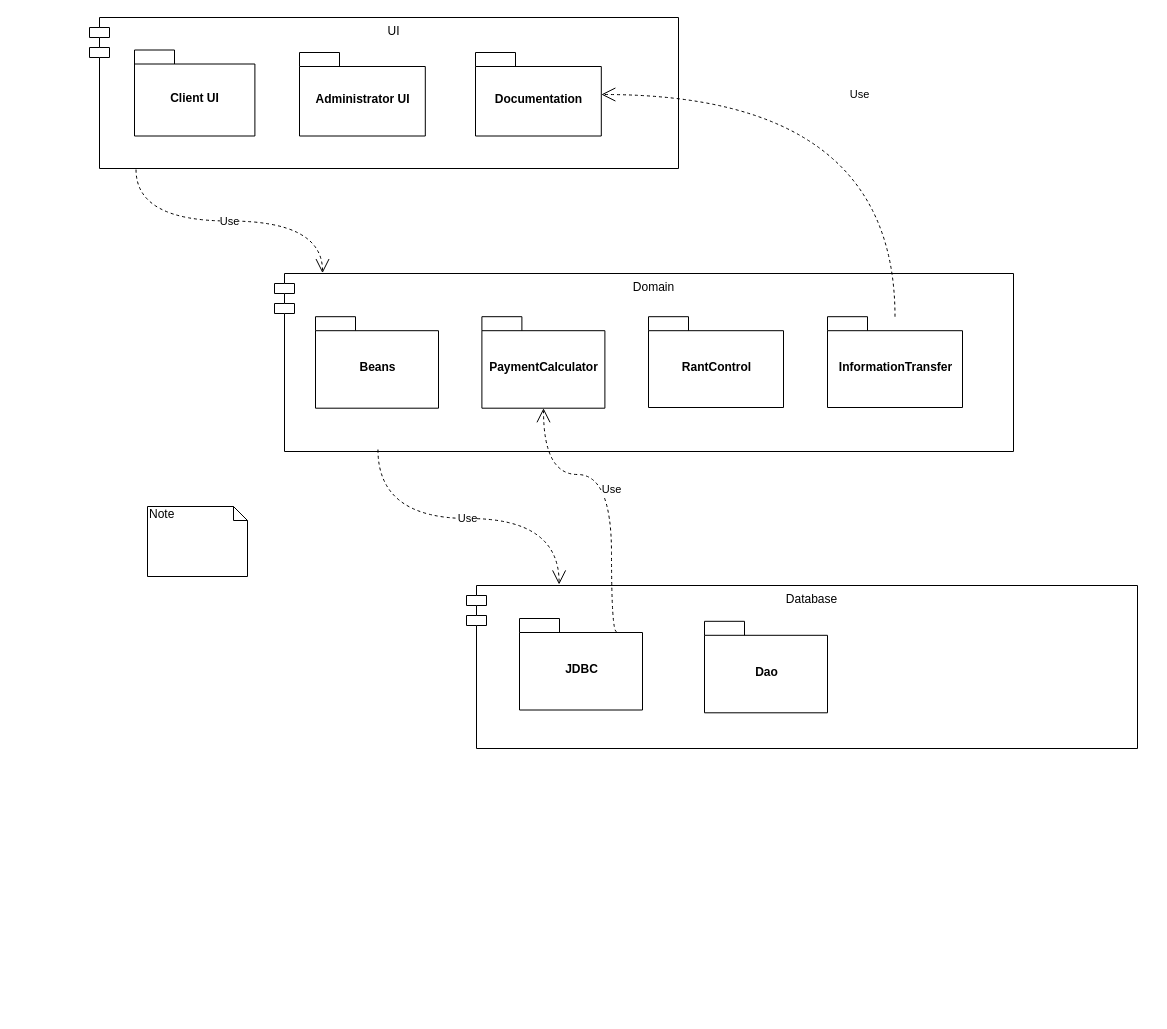
The draw.io diagram page "Architecture" (2 of 2) of Document/DomainModel.drawio in Fei-D20/The_Autocamper_rental_business, before the edit. Source tidied: cells renumbered, new cells numbered last; positions are measured from the earlier drawing's top-left corner, leaving out a move shared by most shapes. Both pictures are drawn from the tidied source at 100%, with x=0, y=0 at pixel (89, 17).
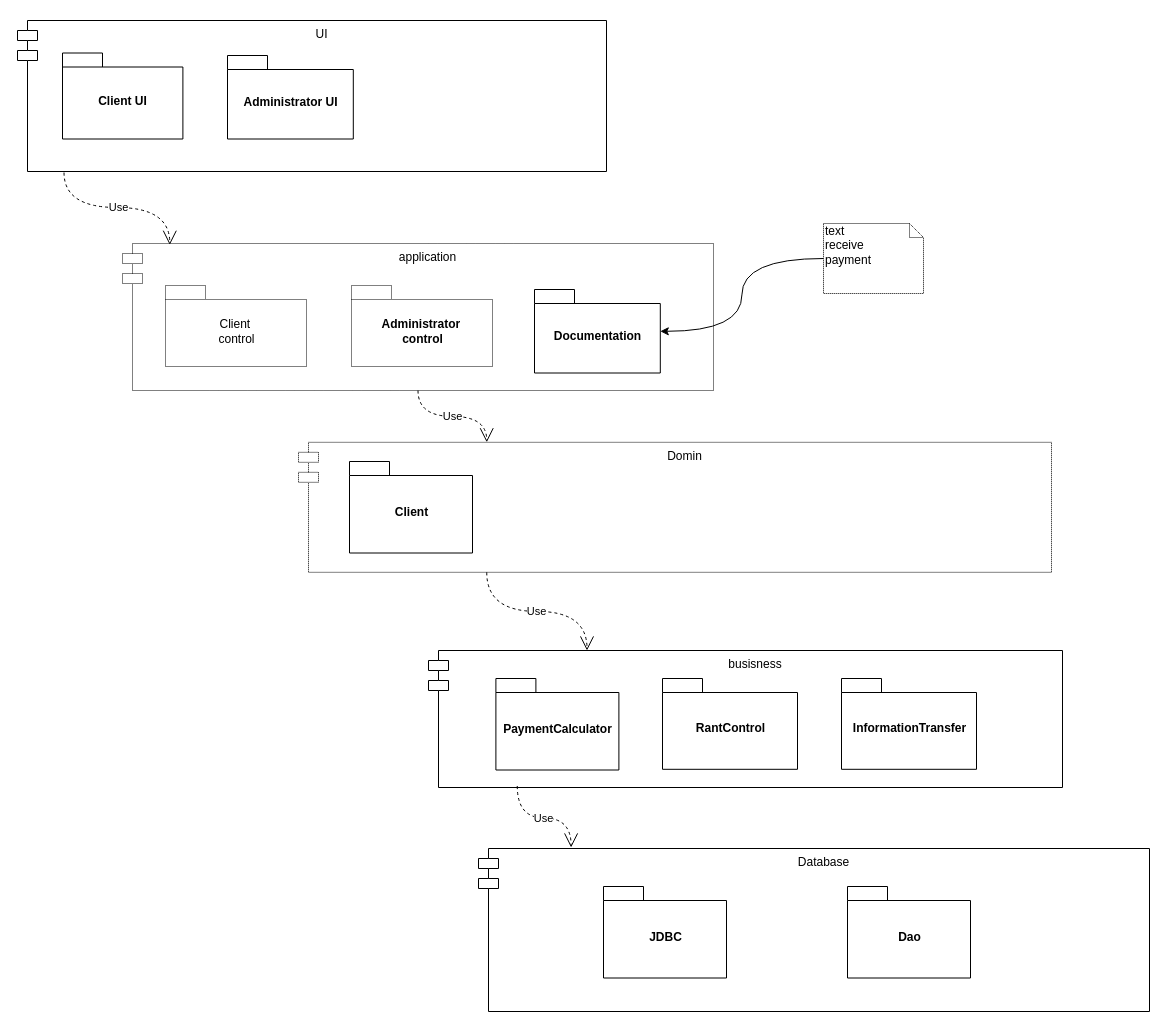
Above is the later version.

Commit message (it also covers changes not shown here):
2nd version Architecture Diagram

Diff of the diagram source:
```diff
@@
+    <mxCell id="19" value="application" style="shape=module;align=left;spacingLeft=20;align=center;verticalAlign=top;dashed=1;dashPattern=1 1;" parent="1" vertex="1">
+      <mxGeometry x="33" y="226" width="591" height="147" as="geometry" />
+    </mxCell>
+    <mxCell id="20" value="Domin" style="shape=module;align=left;spacingLeft=20;align=center;verticalAlign=top;dashed=1;dashPattern=1 1;" parent="1" vertex="1">
+      <mxGeometry x="209" y="424.8" width="753" height="130" as="geometry" />
+    </mxCell>
     <mxCell id="2" value="UI" style="shape=module;align=left;spacingLeft=20;align=center;verticalAlign=top;" parent="1" vertex="1">
-      <mxGeometry width="589" height="151" as="geometry" />
+      <mxGeometry x="-72" y="3" width="589" height="151" as="geometry" />
     </mxCell>
-    <mxCell id="3" value="Domain" style="shape=module;align=left;spacingLeft=20;align=center;verticalAlign=top;" parent="1" vertex="1">
-      <mxGeometry x="185" y="256" width="739" height="178" as="geometry" />
+    <mxCell id="3" value="busisness" style="shape=module;align=left;spacingLeft=20;align=center;verticalAlign=top;" parent="1" vertex="1">
+      <mxGeometry x="339" y="633" width="634" height="137" as="geometry" />
     </mxCell>
     <mxCell id="4" value="Database" style="shape=module;align=left;spacingLeft=20;align=center;verticalAlign=top;" parent="1" vertex="1">
-      <mxGeometry x="377" y="568" width="671" height="163" as="geometry" />
+      <mxGeometry x="389" y="831" width="671" height="163" as="geometry" />
     </mxCell>
     <mxCell id="5" value="Client UI" style="shape=folder;fontStyle=1;spacingTop=10;tabWidth=40;tabHeight=14;tabPosition=left;html=1;" parent="1" vertex="1">
-      <mxGeometry x="45" y="32.5" width="120.4" height="86" as="geometry" />
+      <mxGeometry x="-27" y="35.5" width="120.4" height="86" as="geometry" />
     </mxCell>
     <mxCell id="6" value="Administrator UI" style="shape=folder;fontStyle=1;spacingTop=10;tabWidth=40;tabHeight=14;tabPosition=left;html=1;" parent="1" vertex="1">
-      <mxGeometry x="210" y="35" width="125.8" height="83.5" as="geometry" />
+      <mxGeometry x="138" y="38" width="125.8" height="83.5" as="geometry" />
     </mxCell>
-    <mxCell id="7" value="Beans" style="shape=folder;fontStyle=1;spacingTop=10;tabWidth=40;tabHeight=14;tabPosition=left;html=1;" parent="1" vertex="1">
-      <mxGeometry x="226" y="299.2" width="123" height="91.5" as="geometry" />
+    <mxCell id="7" value="Client" style="shape=folder;fontStyle=1;spacingTop=10;tabWidth=40;tabHeight=14;tabPosition=left;html=1;" parent="1" vertex="1">
+      <mxGeometry x="260" y="444" width="123" height="91.5" as="geometry" />
     </mxCell>
     <mxCell id="8" value="PaymentCalculator" style="shape=folder;fontStyle=1;spacingTop=10;tabWidth=40;tabHeight=14;tabPosition=left;html=1;" parent="1" vertex="1">
-      <mxGeometry x="392.4" y="299.2" width="123" height="91.5" as="geometry" />
+      <mxGeometry x="406.4" y="661" width="123" height="91.5" as="geometry" />
     </mxCell>
     <mxCell id="9" value="RantControl" style="shape=folder;fontStyle=1;spacingTop=10;tabWidth=40;tabHeight=14;tabPosition=left;html=1;" parent="1" vertex="1">
-      <mxGeometry x="559" y="299.2" width="135" height="90.8" as="geometry" />
+      <mxGeometry x="573" y="661" width="135" height="90.8" as="geometry" />
     </mxCell>
     <mxCell id="10" value="InformationTransfer" style="shape=folder;fontStyle=1;spacingTop=10;tabWidth=40;tabHeight=14;tabPosition=left;html=1;" parent="1" vertex="1">
-      <mxGeometry x="738" y="299.2" width="135" height="90.8" as="geometry" />
+      <mxGeometry x="752" y="661" width="135" height="90.8" as="geometry" />
     </mxCell>
-    <mxCell id="11" value="Use" style="endArrow=open;endSize=12;dashed=1;html=1;exitX=0.079;exitY=1.007;exitDx=0;exitDy=0;exitPerimeter=0;entryX=0.065;entryY=-0.002;entryDx=0;entryDy=0;entryPerimeter=0;edgeStyle=orthogonalEdgeStyle;curved=1;" parent="1" edge="1" source="2" target="3">
+    <mxCell id="11" value="Use" style="endArrow=open;endSize=12;dashed=1;html=1;exitX=0.079;exitY=1.007;exitDx=0;exitDy=0;exitPerimeter=0;entryX=0.08;entryY=0.009;entryDx=0;entryDy=0;entryPerimeter=0;edgeStyle=orthogonalEdgeStyle;curved=1;" parent="1" edge="1" source="2" target="19">
       <mxGeometry relative="1" as="geometry" />
     </mxCell>
@@
+    <mxCell id="21" style="edgeStyle=orthogonalEdgeStyle;rounded=0;jettySize=auto;html=1;curved=1;" parent="1" edge="1" source="13" target="16">
+      <mxGeometry relative="1" as="geometry" />
+    </mxCell>
-    <mxCell id="13" value="Note" style="shape=note;whiteSpace=wrap;html=1;size=14;verticalAlign=top;align=left;spacingTop=-6;" parent="1" vertex="1">
-      <mxGeometry x="58" y="489" width="100" height="70" as="geometry" />
+    <mxCell id="13" value="text&amp;nbsp;&lt;br&gt;receive&lt;br&gt;payment&lt;br&gt;" style="shape=note;whiteSpace=wrap;html=1;size=14;verticalAlign=top;align=left;spacingTop=-6;dashed=1;dashPattern=1 1;" parent="1" vertex="1">
+      <mxGeometry x="734" y="206" width="100" height="70" as="geometry" />
     </mxCell>
     <mxCell id="14" value="JDBC" style="shape=folder;fontStyle=1;spacingTop=10;tabWidth=40;tabHeight=14;tabPosition=left;html=1;" parent="1" vertex="1">
-      <mxGeometry x="430" y="601" width="123" height="91.5" as="geometry" />
+      <mxGeometry x="514" y="869" width="123" height="91.5" as="geometry" />
     </mxCell>
     <mxCell id="15" value="Dao" style="shape=folder;fontStyle=1;spacingTop=10;tabWidth=40;tabHeight=14;tabPosition=left;html=1;" parent="1" vertex="1">
-      <mxGeometry x="615" y="603.8" width="123" height="91.5" as="geometry" />
+      <mxGeometry x="758" y="869" width="123" height="91.5" as="geometry" />
     </mxCell>
     <mxCell id="16" value="Documentation" style="shape=folder;fontStyle=1;spacingTop=10;tabWidth=40;tabHeight=14;tabPosition=left;html=1;" parent="1" vertex="1">
-      <mxGeometry x="386" y="35" width="125.8" height="83.5" as="geometry" />
+      <mxGeometry x="445" y="272" width="125.8" height="83.5" as="geometry" />
     </mxCell>
-    <mxCell id="17" value="Use" style="endArrow=open;endSize=12;dashed=1;html=1;edgeStyle=orthogonalEdgeStyle;curved=1;" parent="1" edge="1" source="10" target="16">
-      <mxGeometry relative="1" as="geometry">
-        <Array as="points">
-          <mxPoint x="806" y="77" />
-        </Array>
-      </mxGeometry>
-    </mxCell>
-    <mxCell id="18" value="Use" style="endArrow=open;endSize=12;dashed=1;html=1;edgeStyle=orthogonalEdgeStyle;curved=1;exitX=0.79;exitY=0.147;exitDx=0;exitDy=0;exitPerimeter=0;" parent="1" edge="1" source="14" target="8">
-      <mxGeometry relative="1" as="geometry">
-        <Array as="points">
-          <mxPoint x="522" y="615" />
-          <mxPoint x="522" y="457" />
-          <mxPoint x="454" y="457" />
-        </Array>
-      </mxGeometry>
-    </mxCell>
+    <mxCell id="22" value="Use" style="endArrow=open;endSize=12;dashed=1;html=1;entryX=0.25;entryY=0;entryDx=0;entryDy=0;edgeStyle=orthogonalEdgeStyle;curved=1;" parent="1" edge="1" source="19" target="20">
+      <mxGeometry relative="1" as="geometry" />
+    </mxCell>
+    <mxCell id="23" value="Client&amp;nbsp;&lt;br&gt;control" style="shape=folder;fontStyle=0;spacingTop=10;tabWidth=40;tabHeight=14;tabPosition=left;html=1;dashed=1;dashPattern=1 1;" parent="1" vertex="1">
+      <mxGeometry x="76" y="268" width="141" height="81" as="geometry" />
+    </mxCell>
+    <mxCell id="24" value="Administrator&amp;nbsp;&lt;br&gt;control" style="shape=folder;fontStyle=1;spacingTop=10;tabWidth=40;tabHeight=14;tabPosition=left;html=1;dashed=1;dashPattern=1 1;" parent="1" vertex="1">
+      <mxGeometry x="262" y="268" width="141" height="81" as="geometry" />
+    </mxCell>
+    <mxCell id="25" value="Use" style="endArrow=open;endSize=12;dashed=1;html=1;entryX=0.25;entryY=0;entryDx=0;entryDy=0;edgeStyle=orthogonalEdgeStyle;curved=1;exitX=0.25;exitY=1;exitDx=0;exitDy=0;" parent="1" edge="1" source="20" target="3">
+      <mxGeometry relative="1" as="geometry" />
+    </mxCell>
```
